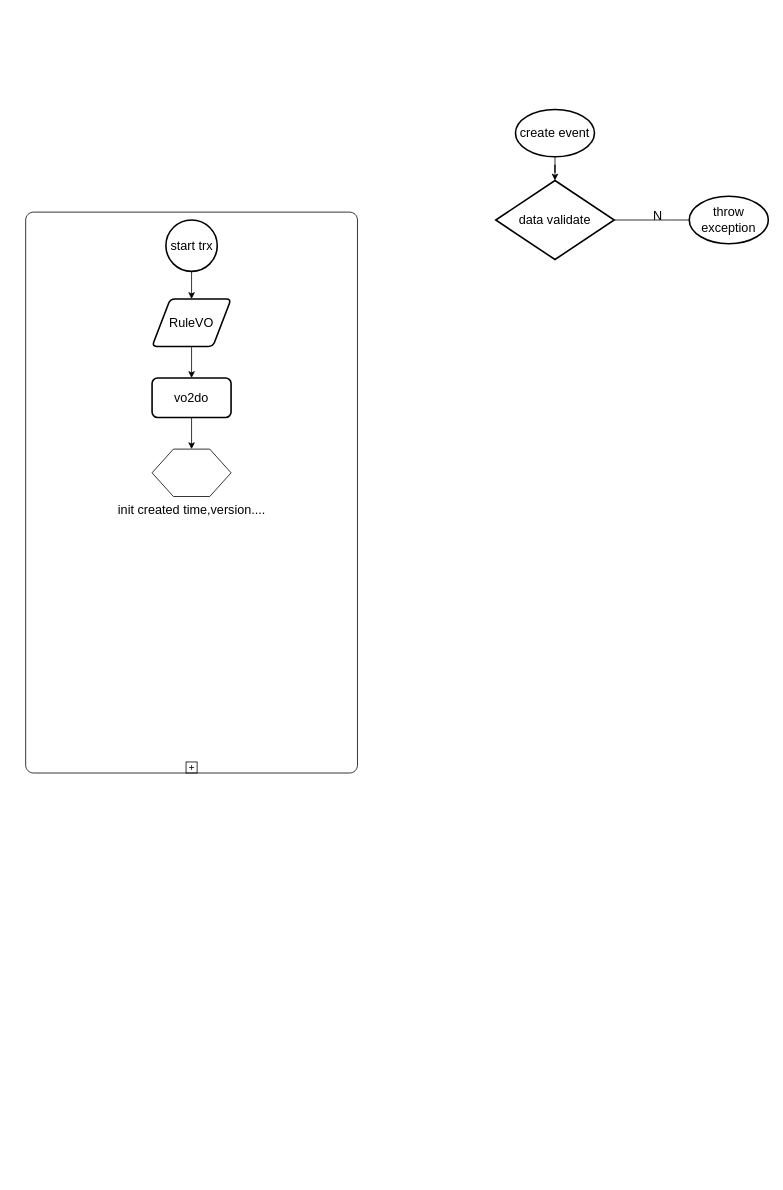
Above: 事件中心/事件中心数据表.drawio in NeverMore93/draw (draw.io), before the change. Source tidied: cells renumbered, new cells numbered last; positions are measured from the earlier drawing's top-left corner, leaving out a move shared by most shapes. Both pictures are drawn from the tidied source at 79%, with x=0, y=0 at pixel (25, 109).
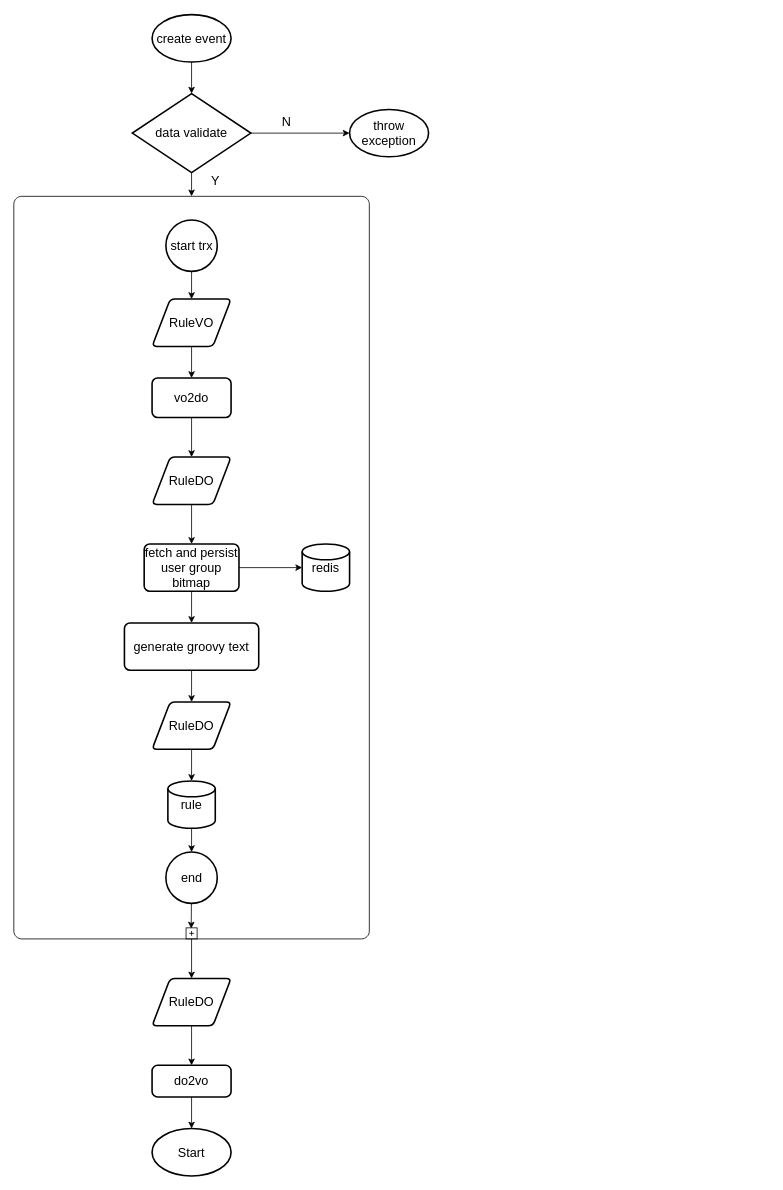
After the change.

Commit message (it also covers changes not shown here):
更新事件中心数据表.drawio

The change refers to these unchanged cells:
```xml
<mxCell id="10" value="vo2do" style="rounded=1;whiteSpace=wrap;html=1;absoluteArcSize=1;arcSize=14;strokeWidth=2;fontSize=16;" parent="1" vertex="1">
  <mxGeometry x="160" y="340" width="100" height="50" as="geometry" />
</mxCell>
```

Change to the diagram source:
```diff
@@
-    <mxCell id="2" style="edgeStyle=orthogonalEdgeStyle;rounded=0;jettySize=auto;html=1;entryX=0.5;entryY=0;entryDx=0;entryDy=0;entryPerimeter=0;" parent="1" edge="1" source="3" target="5">
+    <mxCell id="2" style="rounded=0;jettySize=auto;html=1;entryX=0.5;entryY=0;entryDx=0;entryDy=0;entryPerimeter=0;" parent="1" edge="1" source="3" target="5">
       <mxGeometry relative="1" as="geometry" />
     </mxCell>
     <mxCell id="3" value="create event" style="strokeWidth=2;html=1;shape=mxgraph.flowchart.start_1;whiteSpace=wrap;fontSize=16;" parent="1" vertex="1">
-      <mxGeometry x="620" width="100" height="60" as="geometry" />
+      <mxGeometry x="160" y="-120" width="100" height="60" as="geometry" />
     </mxCell>
-    <mxCell id="4" style="edgeStyle=orthogonalEdgeStyle;rounded=0;jettySize=auto;html=1;entryX=0;entryY=0.5;entryDx=0;entryDy=0;" parent="1" edge="1" source="5">
-      <mxGeometry relative="1" as="geometry">
-        <mxPoint x="881.5" y="140" as="targetPoint" />
-      </mxGeometry>
+    <mxCell id="4" style="edgeStyle=orthogonalEdgeStyle;rounded=0;jettySize=auto;html=1;entryX=0;entryY=0.5;entryDx=0;entryDy=0;entryPerimeter=0;" parent="1" edge="1" source="5" target="7">
+      <mxGeometry relative="1" as="geometry" />
     </mxCell>
+    <mxCell id="16" style="rounded=0;jettySize=auto;html=1;entryX=0.5;entryY=0;entryDx=0;entryDy=0;entryPerimeter=0;fontSize=16;targetPerimeterSpacing=0;" parent="1" edge="1" source="5" target="8">
+      <mxGeometry relative="1" as="geometry" />
+    </mxCell>
     <mxCell id="5" value="data validate" style="strokeWidth=2;html=1;shape=mxgraph.flowchart.decision;whiteSpace=wrap;fontSize=16;" parent="1" vertex="1">
-      <mxGeometry x="595" y="90" width="150" height="100" as="geometry" />
+      <mxGeometry x="135" y="-20" width="150" height="100" as="geometry" />
     </mxCell>
     <mxCell id="6" value="N" style="text;html=1;align=center;verticalAlign=middle;strokeColor=none;fillColor=none;fontSize=16;" parent="1" vertex="1">
-      <mxGeometry x="780" y="120" width="40" height="30" as="geometry" />
+      <mxGeometry x="310" width="40" height="30" as="geometry" />
     </mxCell>
     <mxCell id="7" value="throw exception" style="strokeWidth=2;html=1;shape=mxgraph.flowchart.start_1;whiteSpace=wrap;fontSize=16;" parent="1" vertex="1">
-      <mxGeometry x="840" y="110" width="100" height="60" as="geometry" />
+      <mxGeometry x="410" width="100" height="60" as="geometry" />
     </mxCell>
+    <mxCell id="17" style="edgeStyle=none;rounded=0;jettySize=auto;html=1;entryX=0.5;entryY=0;entryDx=0;entryDy=0;fontSize=16;targetPerimeterSpacing=0;" parent="1" edge="1" source="8" target="35">
+      <mxGeometry relative="1" as="geometry" />
+    </mxCell>
     <mxCell id="8" style="points=[[0.25,0,0],[0.5,0,0],[0.75,0,0],[1,0.25,0],[1,0.5,0],[1,0.75,0],[0.75,1,0],[0.5,1,0],[0.25,1,0],[0,0.75,0],[0,0.5,0],[0,0.25,0]];shape=mxgraph.bpmn.task;whiteSpace=wrap;rectStyle=rounded;size=10;html=1;taskMarker=abstract;isLoopSub=1;fontSize=16;" parent="1" vertex="1">
-      <mxGeometry y="130" width="420" height="710" as="geometry" />
+      <mxGeometry x="-15" y="110" width="450" height="940" as="geometry" />
     </mxCell>
-    <mxCell id="9" style="edgeStyle=orthogonalEdgeStyle;rounded=0;jettySize=auto;html=1;fontSize=16;entryX=0.5;entryY=1;entryDx=0;entryDy=0;" parent="1" edge="1" source="10" target="15">
-      <mxGeometry relative="1" as="geometry" />
-    </mxCell>
+    <mxCell id="18" style="edgeStyle=orthogonalEdgeStyle;rounded=0;jettySize=auto;html=1;entryX=0.5;entryY=0;entryDx=0;entryDy=0;fontSize=16;" parent="1" edge="1" source="10" target="20">
+      <mxGeometry relative="1" as="geometry" />
+    </mxCell>
@@
-    <mxCell id="15" value="init created time,version...." style="verticalLabelPosition=bottom;verticalAlign=top;html=1;shape=hexagon;perimeter=hexagonPerimeter2;arcSize=6;size=0.27;fontSize=16;direction=west;" parent="1" vertex="1">
-      <mxGeometry x="160" y="430" width="100" height="60" as="geometry" />
-    </mxCell>
+    <mxCell id="19" style="edgeStyle=orthogonalEdgeStyle;rounded=0;jettySize=auto;html=1;fontSize=16;" parent="1" edge="1" source="20" target="23">
+      <mxGeometry relative="1" as="geometry" />
+    </mxCell>
+    <mxCell id="20" value="RuleDO" style="shape=parallelogram;html=1;strokeWidth=2;perimeter=parallelogramPerimeter;whiteSpace=wrap;rounded=1;arcSize=12;size=0.23;fontSize=16;" parent="1" vertex="1">
+      <mxGeometry x="160" y="440" width="100" height="60" as="geometry" />
+    </mxCell>
+    <mxCell id="21" style="edgeStyle=orthogonalEdgeStyle;rounded=0;jettySize=auto;html=1;fontSize=16;" parent="1" edge="1" source="23" target="25">
+      <mxGeometry relative="1" as="geometry" />
+    </mxCell>
+    <mxCell id="22" style="edgeStyle=orthogonalEdgeStyle;rounded=0;jettySize=auto;html=1;fontSize=16;" parent="1" edge="1" source="23" target="26">
+      <mxGeometry relative="1" as="geometry" />
+    </mxCell>
+    <mxCell id="23" value="fetch and persist user group bitmap" style="whiteSpace=wrap;html=1;fontSize=16;strokeWidth=2;rounded=1;arcSize=12;" parent="1" vertex="1">
+      <mxGeometry x="150" y="550" width="120" height="60" as="geometry" />
+    </mxCell>
+    <mxCell id="24" style="edgeStyle=orthogonalEdgeStyle;rounded=0;jettySize=auto;html=1;entryX=0.5;entryY=0;entryDx=0;entryDy=0;fontSize=16;" parent="1" edge="1" source="25" target="28">
+      <mxGeometry relative="1" as="geometry" />
+    </mxCell>
+    <mxCell id="25" value="generate groovy text" style="whiteSpace=wrap;html=1;fontSize=16;strokeWidth=2;rounded=1;arcSize=12;" parent="1" vertex="1">
+      <mxGeometry x="125" y="650" width="170" height="60" as="geometry" />
+    </mxCell>
+    <mxCell id="26" value="redis" style="strokeWidth=2;html=1;shape=mxgraph.flowchart.database;whiteSpace=wrap;fontSize=16;" parent="1" vertex="1">
+      <mxGeometry x="350" y="550" width="60" height="60" as="geometry" />
+    </mxCell>
+    <mxCell id="27" style="edgeStyle=orthogonalEdgeStyle;rounded=0;jettySize=auto;html=1;entryX=0.5;entryY=0;entryDx=0;entryDy=0;entryPerimeter=0;fontSize=16;" parent="1" edge="1" source="28" target="30">
+      <mxGeometry relative="1" as="geometry" />
+    </mxCell>
+    <mxCell id="28" value="RuleDO" style="shape=parallelogram;html=1;strokeWidth=2;perimeter=parallelogramPerimeter;whiteSpace=wrap;rounded=1;arcSize=12;size=0.23;fontSize=16;" parent="1" vertex="1">
+      <mxGeometry x="160" y="750" width="100" height="60" as="geometry" />
+    </mxCell>
+    <mxCell id="29" style="edgeStyle=none;rounded=0;jettySize=auto;html=1;entryX=0.5;entryY=0;entryDx=0;entryDy=0;entryPerimeter=0;fontSize=16;" parent="1" edge="1" source="30" target="32">
+      <mxGeometry relative="1" as="geometry" />
+    </mxCell>
+    <mxCell id="30" value="rule" style="strokeWidth=2;html=1;shape=mxgraph.flowchart.database;whiteSpace=wrap;fontSize=16;" parent="1" vertex="1">
+      <mxGeometry x="180" y="850" width="60" height="60" as="geometry" />
+    </mxCell>
+    <mxCell id="31" style="edgeStyle=none;rounded=0;jettySize=auto;html=1;entryX=0.499;entryY=0.986;entryDx=0;entryDy=0;entryPerimeter=0;fontSize=16;" parent="1" edge="1" source="32" target="8">
+      <mxGeometry relative="1" as="geometry" />
+    </mxCell>
+    <mxCell id="32" value="end" style="strokeWidth=2;html=1;shape=mxgraph.flowchart.start_2;whiteSpace=wrap;fontSize=16;" parent="1" vertex="1">
+      <mxGeometry x="177.5" y="940" width="65" height="65" as="geometry" />
+    </mxCell>
+    <mxCell id="33" value="Y" style="text;html=1;align=center;verticalAlign=middle;strokeColor=none;fillColor=none;fontSize=16;" parent="1" vertex="1">
+      <mxGeometry x="225" y="75" width="30" height="30" as="geometry" />
+    </mxCell>
+    <mxCell id="34" style="edgeStyle=none;rounded=0;jettySize=auto;html=1;entryX=0.5;entryY=0;entryDx=0;entryDy=0;fontSize=16;targetPerimeterSpacing=0;" parent="1" edge="1" source="35" target="37">
+      <mxGeometry relative="1" as="geometry" />
+    </mxCell>
+    <mxCell id="35" value="RuleDO" style="shape=parallelogram;html=1;strokeWidth=2;perimeter=parallelogramPerimeter;whiteSpace=wrap;rounded=1;arcSize=12;size=0.23;fontSize=16;" parent="1" vertex="1">
+      <mxGeometry x="160" y="1100" width="100" height="60" as="geometry" />
+    </mxCell>
+    <mxCell id="36" style="edgeStyle=none;rounded=0;jettySize=auto;html=1;entryX=0.5;entryY=0;entryDx=0;entryDy=0;entryPerimeter=0;fontSize=16;targetPerimeterSpacing=0;" parent="1" edge="1" source="37" target="38">
+      <mxGeometry relative="1" as="geometry" />
+    </mxCell>
+    <mxCell id="37" value="do2vo" style="rounded=1;whiteSpace=wrap;html=1;absoluteArcSize=1;arcSize=14;strokeWidth=2;fontSize=16;" parent="1" vertex="1">
+      <mxGeometry x="160" y="1210" width="100" height="40" as="geometry" />
+    </mxCell>
+    <mxCell id="38" value="Start" style="strokeWidth=2;html=1;shape=mxgraph.flowchart.start_1;whiteSpace=wrap;fontSize=16;" parent="1" vertex="1">
+      <mxGeometry x="160" y="1290" width="100" height="60" as="geometry" />
+    </mxCell>
```
